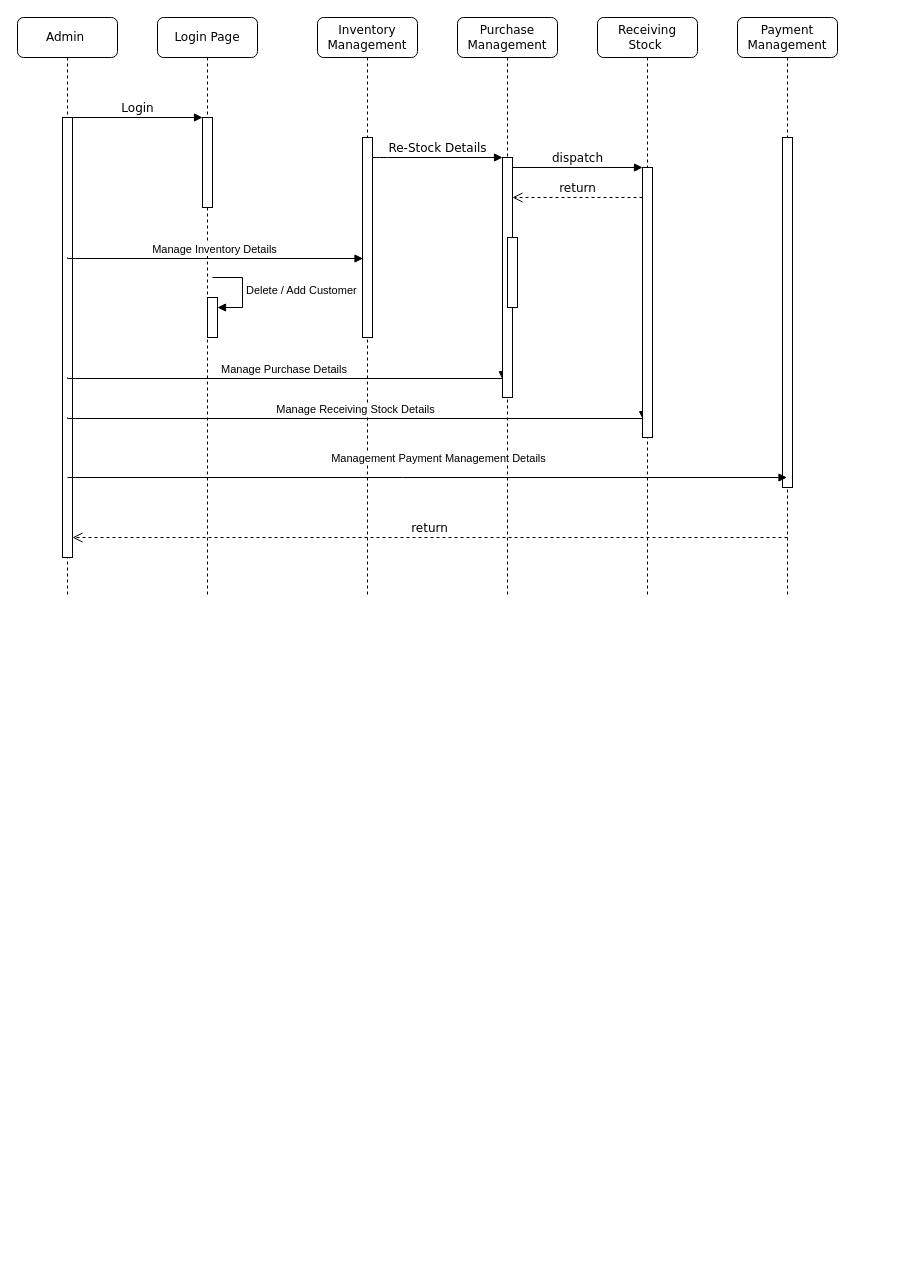
Above: SET/Sequence Diagram.drawio in karma8022/College (draw.io), before the change. Source tidied: cells renumbered, new cells numbered last; positions are measured from the earlier drawing's top-left corner, leaving out a move shared by most shapes. Both pictures are drawn from the tidied source at 100%, with x=0, y=0 at pixel (17, 17).
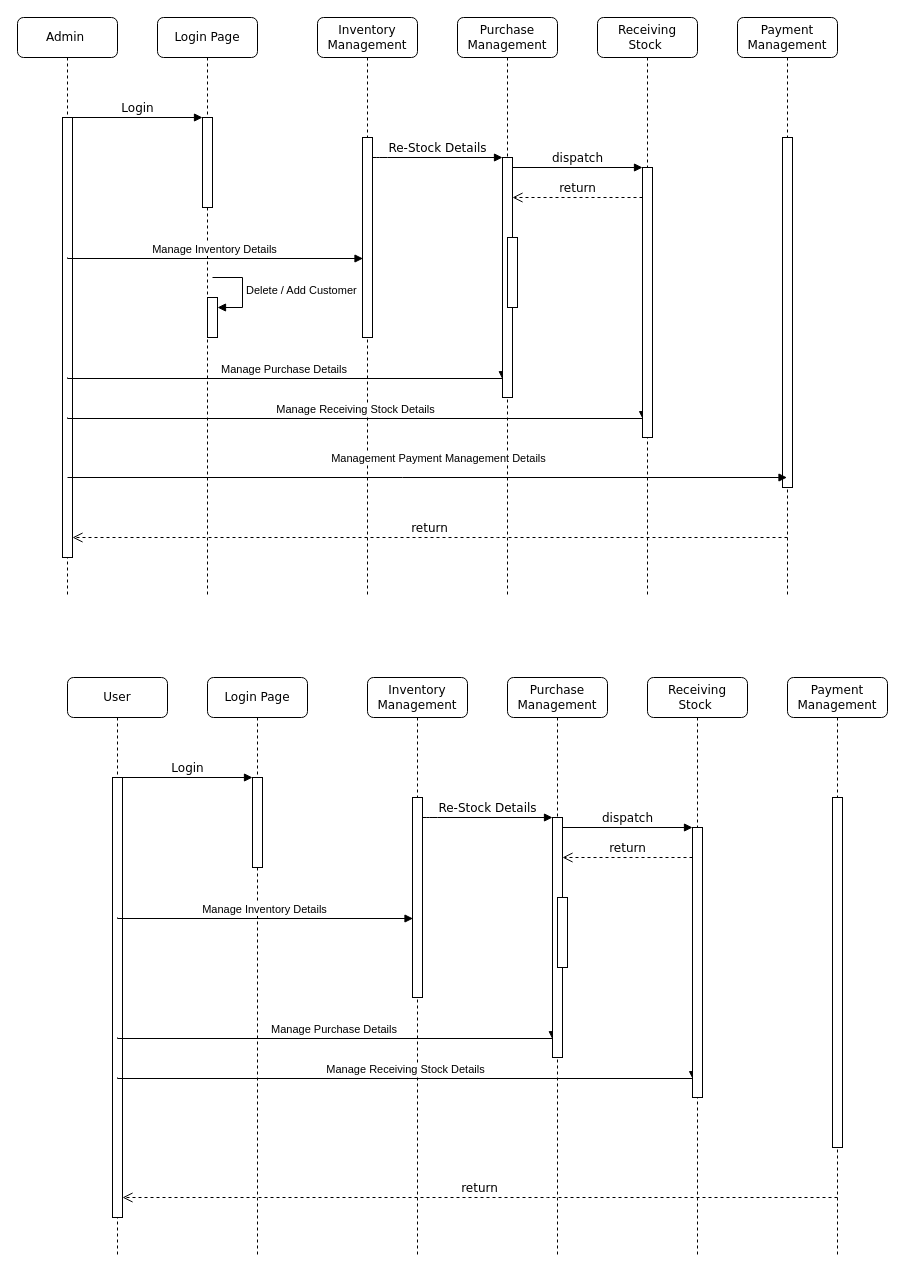
The same page after the edit.

Change to the diagram source:
```diff
@@
+    <mxCell id="26" value="Login Page" style="shape=umlLifeline;perimeter=lifelinePerimeter;whiteSpace=wrap;html=1;rounded=1;shadow=0;comic=0;labelBackgroundColor=none;strokeWidth=1;fontFamily=Verdana;fontSize=12;align=center;" parent="1" vertex="1">
+      <mxGeometry x="190" y="660" width="100" height="580" as="geometry" />
+    </mxCell>
+    <mxCell id="27" style="html=1;points=[];perimeter=orthogonalPerimeter;rounded=0;shadow=0;comic=0;labelBackgroundColor=none;strokeWidth=1;fontFamily=Verdana;fontSize=12;align=center;" parent="26" vertex="1">
+      <mxGeometry x="45" y="100" width="10" height="90" as="geometry" />
+    </mxCell>
+    <mxCell id="28" value="Inventory Management" style="shape=umlLifeline;perimeter=lifelinePerimeter;whiteSpace=wrap;html=1;rounded=1;shadow=0;comic=0;labelBackgroundColor=none;strokeWidth=1;fontFamily=Verdana;fontSize=12;align=center;" parent="1" vertex="1">
+      <mxGeometry x="350" y="660" width="100" height="580" as="geometry" />
+    </mxCell>
+    <mxCell id="29" style="html=1;points=[];perimeter=orthogonalPerimeter;rounded=0;shadow=0;comic=0;labelBackgroundColor=none;strokeWidth=1;fontFamily=Verdana;fontSize=12;align=center;" parent="28" vertex="1">
+      <mxGeometry x="45" y="120" width="10" height="200" as="geometry" />
+    </mxCell>
+    <mxCell id="30" value="Purchase Management" style="shape=umlLifeline;perimeter=lifelinePerimeter;whiteSpace=wrap;html=1;rounded=1;shadow=0;comic=0;labelBackgroundColor=none;strokeWidth=1;fontFamily=Verdana;fontSize=12;align=center;" parent="1" vertex="1">
+      <mxGeometry x="490" y="660" width="100" height="580" as="geometry" />
+    </mxCell>
+    <mxCell id="31" value="Receiving Stock&amp;nbsp;" style="shape=umlLifeline;perimeter=lifelinePerimeter;whiteSpace=wrap;html=1;rounded=1;shadow=0;comic=0;labelBackgroundColor=none;strokeWidth=1;fontFamily=Verdana;fontSize=12;align=center;" parent="1" vertex="1">
+      <mxGeometry x="630" y="660" width="100" height="580" as="geometry" />
+    </mxCell>
+    <mxCell id="32" value="Payment Management" style="shape=umlLifeline;perimeter=lifelinePerimeter;whiteSpace=wrap;html=1;rounded=1;shadow=0;comic=0;labelBackgroundColor=none;strokeWidth=1;fontFamily=Verdana;fontSize=12;align=center;" parent="1" vertex="1">
+      <mxGeometry x="770" y="660" width="100" height="580" as="geometry" />
+    </mxCell>
+    <mxCell id="33" style="html=1;perimeter=orthogonalPerimeter;rounded=0;shadow=0;comic=0;labelBackgroundColor=none;strokeWidth=1;fontFamily=Verdana;fontSize=12;align=center;" parent="32" vertex="1">
+      <mxGeometry x="45" y="120" width="10" height="350" as="geometry" />
+    </mxCell>
+    <mxCell id="34" value="User" style="shape=umlLifeline;perimeter=lifelinePerimeter;whiteSpace=wrap;html=1;rounded=1;shadow=0;comic=0;labelBackgroundColor=none;strokeWidth=1;fontFamily=Verdana;fontSize=12;align=center;" parent="1" vertex="1">
+      <mxGeometry x="50" y="660" width="100" height="580" as="geometry" />
+    </mxCell>
+    <mxCell id="35" style="html=1;points=[];perimeter=orthogonalPerimeter;rounded=0;shadow=0;comic=0;labelBackgroundColor=none;strokeWidth=1;fontFamily=Verdana;fontSize=12;align=center;" parent="34" vertex="1">
+      <mxGeometry x="45" y="100" width="10" height="440" as="geometry" />
+    </mxCell>
+    <mxCell id="36" value="Manage Inventory Details" style="html=1;verticalAlign=bottom;endArrow=block;edgeStyle=elbowEdgeStyle;elbow=vertical;curved=0;rounded=0;entryX=0.052;entryY=0.605;entryDx=0;entryDy=0;entryPerimeter=0;" parent="34" edge="1" target="29">
+      <mxGeometry relative="1" as="geometry">
+        <mxPoint x="50" y="240" as="sourcePoint" />
+      </mxGeometry>
+    </mxCell>
+    <mxCell id="37" value="Manage Purchase Details&amp;nbsp;" style="html=1;verticalAlign=bottom;endArrow=block;edgeStyle=elbowEdgeStyle;elbow=vertical;curved=0;rounded=0;entryX=0.02;entryY=0.926;entryDx=0;entryDy=0;entryPerimeter=0;" parent="34" edge="1" target="39">
+      <mxGeometry relative="1" as="geometry">
+        <mxPoint x="50" y="360" as="sourcePoint" />
+      </mxGeometry>
+    </mxCell>
+    <mxCell id="38" value="Manage Receiving Stock Details" style="html=1;verticalAlign=bottom;endArrow=block;edgeStyle=elbowEdgeStyle;elbow=vertical;curved=0;rounded=0;entryX=0.047;entryY=0.934;entryDx=0;entryDy=0;entryPerimeter=0;" parent="34" edge="1" target="41">
+      <mxGeometry relative="1" as="geometry">
+        <mxPoint x="50" y="400" as="sourcePoint" />
+      </mxGeometry>
+    </mxCell>
+    <mxCell id="39" style="html=1;points=[];perimeter=orthogonalPerimeter;rounded=0;shadow=0;comic=0;labelBackgroundColor=none;strokeWidth=1;fontFamily=Verdana;fontSize=12;align=center;" parent="1" vertex="1">
+      <mxGeometry x="535" y="800" width="10" height="240" as="geometry" />
+    </mxCell>
+    <mxCell id="40" value="Re-Stock Details" style="html=1;verticalAlign=bottom;endArrow=block;labelBackgroundColor=none;fontFamily=Verdana;fontSize=12;edgeStyle=elbowEdgeStyle;elbow=vertical;" parent="1" edge="1" source="29" target="39">
+      <mxGeometry relative="1" as="geometry">
+        <Array as="points">
+          <mxPoint x="410" y="800" />
+        </Array>
+      </mxGeometry>
+    </mxCell>
+    <mxCell id="41" style="html=1;points=[];perimeter=orthogonalPerimeter;rounded=0;shadow=0;comic=0;labelBackgroundColor=none;strokeWidth=1;fontFamily=Verdana;fontSize=12;align=center;" parent="1" vertex="1">
+      <mxGeometry x="675" y="810" width="10" height="270" as="geometry" />
+    </mxCell>
+    <mxCell id="42" value="dispatch" style="html=1;verticalAlign=bottom;endArrow=block;entryX=0;entryY=0;labelBackgroundColor=none;fontFamily=Verdana;fontSize=12;edgeStyle=elbowEdgeStyle;elbow=vertical;" parent="1" edge="1" source="39" target="41">
+      <mxGeometry relative="1" as="geometry" />
+    </mxCell>
+    <mxCell id="43" value="return" style="html=1;verticalAlign=bottom;endArrow=open;dashed=1;endSize=8;labelBackgroundColor=none;fontFamily=Verdana;fontSize=12;edgeStyle=elbowEdgeStyle;elbow=vertical;" parent="1" edge="1" source="41" target="39">
+      <mxGeometry relative="1" as="geometry">
+        <Array as="points">
+          <mxPoint x="620" y="840" />
+          <mxPoint x="650" y="840" />
+        </Array>
+      </mxGeometry>
+    </mxCell>
+    <mxCell id="44" value="return" style="html=1;verticalAlign=bottom;endArrow=open;dashed=1;endSize=8;labelBackgroundColor=none;fontFamily=Verdana;fontSize=12;edgeStyle=elbowEdgeStyle;elbow=vertical;" parent="1" edge="1" target="35">
+      <mxGeometry relative="1" as="geometry">
+        <mxPoint x="820" y="1180" as="sourcePoint" />
+        <Array as="points">
+          <mxPoint x="520" y="1180" />
+        </Array>
+      </mxGeometry>
+    </mxCell>
+    <mxCell id="45" value="Login" style="html=1;verticalAlign=bottom;endArrow=block;entryX=0;entryY=0;labelBackgroundColor=none;fontFamily=Verdana;fontSize=12;edgeStyle=elbowEdgeStyle;elbow=vertical;" parent="1" edge="1" source="35" target="27">
+      <mxGeometry relative="1" as="geometry" />
+    </mxCell>
+    <mxCell id="46" style="html=1;perimeter=orthogonalPerimeter;rounded=0;shadow=0;comic=0;labelBackgroundColor=none;strokeWidth=1;fontFamily=Verdana;fontSize=12;align=center;" parent="1" vertex="1">
+      <mxGeometry x="540" y="880" width="10" height="70" as="geometry" />
+    </mxCell>
```
